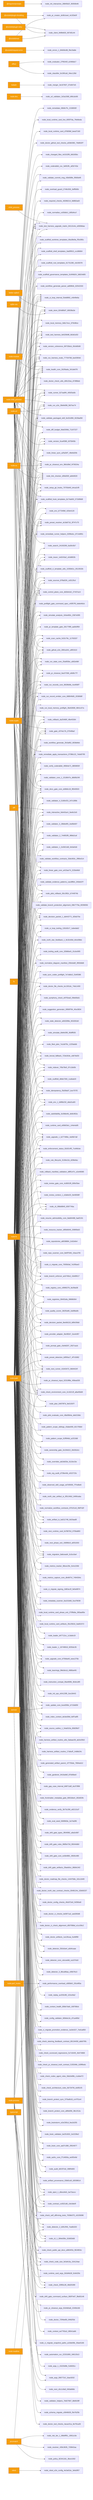
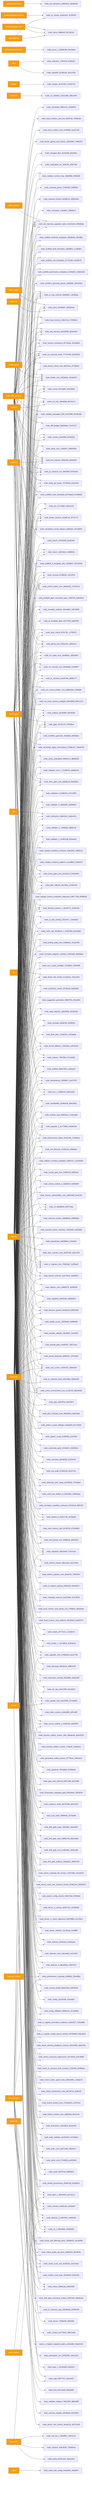
graph LR
  ext_inquirer_prompts_4d547149["@inquirer/prompts"] --> node_init_interactive_28845b2f_39350b46
  ext_octokit_plugin_retry_c9aecc53["@octokit/plugin-retry"] --> node_client_948fe603_907d5144
  ext_octokit_plugin_throttling_7909ece3["@octokit/plugin-throttling"] --> node_client_948fe603_907d5144
  ext_octokit_plugin_throttling_7909ece3["@octokit/plugin-throttling"] --> node_pr_creator_dc6b1ea4_4c333e0f
  ext_octokit_request_error_98ae13cc["@octokit/request-error"] --> node_errors_1_84b56c88_f9e19a8e
  ext_octokit_rest_c6e4d192["@octokit/rest"] --> node_client_948fe603_907d5144
  ext_octokit_rest_c6e4d192["@octokit/rest"] --> node_pr_creator_dc6b1ea4_4c333e0f
  ext_better_sqlite3_d7ed8f1a["better-sqlite3"] --> node_store_824d80d7_69038a3e
  ext_child_process_4845fa97["child_process"] --> node_test_harness_upgrade_matrix_84113c4e_e0838daa
  ext_diff_75a0ee1b["diff"] --> node_interactive_0eb42ac4_3ee6c3c6
  ext_effect_68d1dae1["effect"] --> node_classifier_fe1991a9_34ec128d
  ext_effect_68d1dae1["effect"] --> node_evaluator_27f6343f_e2466dc7
  ext_fs_3f4bb586["fs"] --> node_doctor_file_checks_bc1301dc_74dc1400
  ext_lodash_901466a5["lodash"] --> node_merger_3e167607_07e847e5
  ext_node_child_process_f62b7d19["node:child_process"] --> node_branch_enforcer_acb749cd_10e89517
  ext_node_child_process_f62b7d19["node:child_process"] --> node_changed_files_4c0102f6_bfd165bc
  ext_node_child_process_f62b7d19["node:child_process"] --> node_check_environment_core_2c16213f_a8a456d9
  ext_node_child_process_f62b7d19["node:child_process"] --> node_ci_migrate_core_7005b5af_7e295ae3
  ext_node_child_process_f62b7d19["node:child_process"] --> node_control_plane_core_db3b4cb2_27437a14
  ext_node_child_process_f62b7d19["node:child_process"] --> node_diff_budget_9da0268d_71167227
  ext_node_child_process_f62b7d19["node:child_process"] --> node_docs_gate_core_eb9b6c18_f8540503
  ext_node_child_process_f62b7d19["node:child_process"] --> node_doctor_check_utils_d0fc22ea_d74f86eb
  ext_node_child_process_f62b7d19["node:child_process"] --> node_doctor_github_tool_checks_a53b0382_76d832f7
  ext_node_child_process_f62b7d19["node:child_process"] --> node_github_e2e_2891a341_af6f1610
  ext_node_child_process_f62b7d19["node:child_process"] --> node_health_core_2b2fdada_341de678
  ext_node_child_process_f62b7d19["node:child_process"] --> node_linear_gate_core_a415ae74_222bd4b9
  ext_node_child_process_f62b7d19["node:child_process"] --> node_link_checker_d0fa555f_abfe9020
  ext_node_child_process_f62b7d19["node:child_process"] --> node_local_memory_0db17ecc_97fe98ce
  ext_node_child_process_f62b7d19["node:child_process"] --> node_local_runtime_card_d7fd59bf_beed7160
  ext_node_child_process_f62b7d19["node:child_process"] --> node_local_runtime_card_live_65f2f7da_7feb6eda
  ext_node_child_process_f62b7d19["node:child_process"] --> node_next_runner_41643472_9b94424f
  ext_node_child_process_f62b7d19["node:child_process"] --> node_pr_closeout_0ac07306_e8d9c77f
  ext_node_child_process_f62b7d19["node:child_process"] --> node_pr_closeout_env_9bfcd9ef_f476024a
  ext_node_child_process_f62b7d19["node:child_process"] --> node_remediate_06b9c7fc_2158505f
  ext_node_child_process_f62b7d19["node:child_process"] --> node_run_e2e_39efe696_fb07ee74
  ext_node_child_process_f62b7d19["node:child_process"] --> node_run_harness_evals_77704768_ba42904d
  ext_node_child_process_f62b7d19["node:child_process"] --> node_runner_527aa9f4_40925a5b
  ext_node_child_process_f62b7d19["node:child_process"] --> node_scaffold_hook_templates_8c74ab50_572d99d9
  ext_node_child_process_f62b7d19["node:child_process"] --> node_search_24193290_6a30c5b7
  ext_node_child_process_f62b7d19["node:child_process"] --> node_setup_git_hooks_70750d40_b4ca2cf9
  ext_node_child_process_f62b7d19["node:child_process"] --> node_test_harness_6e520b98_6b3d1d32
  ext_node_child_process_f62b7d19["node:child_process"] --> node_test_harness_upgrade_matrix_84113c4e_e0838daa
  ext_node_child_process_f62b7d19["node:child_process"] --> node_ui_loop_internal_f2eb8892_c4b49e6a
  ext_node_child_process_f62b7d19["node:child_process"] --> node_validate_commit_msg_43b008fe_f9560ef9
  ext_node_child_process_f62b7d19["node:child_process"] --> node_validate_packaged_skill_5e32c890_9228ad58
  ext_node_child_process_f62b7d19["node:child_process"] --> node_version_coherence_69733bcb_00c8d5d9
  ext_node_crypto_c7dfc512["node:crypto"] --> node_artifact_io_ba511748_6d1faad8
  ext_node_crypto_c7dfc512["node:crypto"] --> node_check_environment_core_2c16213f_a8a456d9
  ext_node_crypto_c7dfc512["node:crypto"] --> node_ci_migrate_signing_2d82ac3f_9e5e8974
  ext_node_crypto_c7dfc512["node:crypto"] --> node_control_plane_core_db3b4cb2_27437a14
  ext_node_crypto_c7dfc512["node:crypto"] --> node_decision_packet_1_dd443771_92fa570e
  ext_node_crypto_c7dfc512["node:crypto"] --> node_decision_packet_8ee9d119_b89c59dd
  ext_node_crypto_c7dfc512["node:crypto"] --> node_docs_gate_core_eb9b6c18_f8540503
  ext_node_crypto_c7dfc512["node:crypto"] --> node_enforcement_status_92d314f5_7cd48cbe
  ext_node_crypto_c7dfc512["node:crypto"] --> node_env_b77349bf_420e4120
  ext_node_crypto_c7dfc512["node:crypto"] --> node_gate_c974e17b_07549baf
  ext_node_crypto_c7dfc512["node:crypto"] --> node_idempotency_f5d39a07_bce757f2
  ext_node_crypto_c7dfc512["node:crypto"] --> node_indexer_70fa78e5_97c1bb0b
  ext_node_crypto_c7dfc512["node:crypto"] --> node_lexical_fallback_723e2b3e_cdb7bd33
  ext_node_crypto_c7dfc512["node:crypto"] --> node_linear_sync_a2fa2bf7_48e6d20b
  ext_node_crypto_c7dfc512["node:crypto"] --> node_link_checker_d0fa555f_abfe9020
  ext_node_crypto_c7dfc512["node:crypto"] --> node_migration_8a6cead4_3c3cc0a4
  ext_node_crypto_c7dfc512["node:crypto"] --> node_normalise_cc83ddc1_b95d4ccf
  ext_node_crypto_c7dfc512["node:crypto"] --> node_normalize_diagram_manifest_259cbddf_3f92b8d6
  ext_node_crypto_c7dfc512["node:crypto"] --> node_north_star_feedback_1_9c32c60d_b0cd38dc
  ext_node_crypto_c7dfc512["node:crypto"] --> node_pilot_rollback_00c1f82c_b744974b
  ext_node_crypto_c7dfc512["node:crypto"] --> node_preset_resolver_dc3dd716_3f747c75
  ext_node_crypto_c7dfc512["node:crypto"] --> node_remediate_apply_transactions_0738b122_7ebd0795
  ext_node_crypto_c7dfc512["node:crypto"] --> node_required_checks_46396214_9d882ad3
  ext_node_crypto_c7dfc512["node:crypto"] --> node_rollback_da25480f_48e45364
  ext_node_crypto_c7dfc512["node:crypto"] --> node_run_record_emitter_core_688049d5_2036fd6f
  ext_node_crypto_c7dfc512["node:crypto"] --> node_run_records_core_89286dfa_4ce958f7
  ext_node_crypto_c7dfc512["node:crypto"] --> node_run_state_core_25a955bc_a562e9bf
  ext_node_crypto_c7dfc512["node:crypto"] --> node_scan_cache_fc02c79c_11793337
  ext_node_crypto_c7dfc512["node:crypto"] --> node_simulate_analysis_164a460c_2367e095
  ext_node_crypto_c7dfc512["node:crypto"] --> node_sources_878a52fc_cd312fcd
  ext_node_crypto_c7dfc512["node:crypto"] --> node_test_harness_upgrade_matrix_84113c4e_e0838daa
  ext_node_crypto_c7dfc512["node:crypto"] --> node_tracer_1e6243a2_cb3d802b
  ext_node_crypto_c7dfc512["node:crypto"] --> node_ui_loop_internal_f2eb8892_c4b49e6a
  ext_node_crypto_c7dfc512["node:crypto"] --> node_upgrade_1_b277486e_4a06b7a8
  ext_node_dns_828a0bbf["node:dns"] --> node_url_validator_3c5a1568_b9b1dc66
  ext_node_fs_a15b7d96["node:fs"] --> node_artifact_io_ba511748_6d1faad8
  ext_node_fs_a15b7d96["node:fs"] --> node_artifact_provenance_03b81cbf_d3038614
  ext_node_fs_a15b7d96["node:fs"] --> node_audit_b81f37a0_398f4d93
  ext_node_fs_a15b7d96["node:fs"] --> node_authz_core_f714650a_ee0f2e9d
  ext_node_fs_a15b7d96["node:fs"] --> node_brain_core_aa07c380_2f924977
  ext_node_fs_a15b7d96["node:fs"] --> node_brain_validator_be251832_2e2228e2
  ext_node_fs_a15b7d96["node:fs"] --> node_brainstorm_e2e2381d_fea1b255
  ext_node_fs_a15b7d96["node:fs"] --> node_branch_enforcer_acb749cd_10e89517
  ext_node_fs_a15b7d96["node:fs"] --> node_branch_protect_core_a8feb0fd_38c1f12a
  ext_node_fs_a15b7d96["node:fs"] --> node_branch_protect_sync_570adb18_cc4751e4
  ext_node_fs_a15b7d96["node:fs"] --> node_check_20f65c28_48d25399
  ext_node_fs_a15b7d96["node:fs"] --> node_check_architecture_rules_6b7347fd_dc8f2cf3
  ext_node_fs_a15b7d96["node:fs"] --> node_check_code_size_9c5efc3a_154124ae
  ext_node_fs_a15b7d96["node:fs"] --> node_check_codex_agent_roles_5bb2e89b_c1a9a472
  ext_node_fs_a15b7d96["node:fs"] --> node_check_environment_core_2c16213f_a8a456d9
  ext_node_fs_a15b7d96["node:fs"] --> node_check_pr_closeout_truth_contract_f135348c_b39f6edc
  ext_node_fs_a15b7d96["node:fs"] --> node_check_public_api_docs_a9604f1b_f824853c
  ext_node_fs_a15b7d96["node:fs"] --> node_check_scorecard_regressions_5c7c6445_4b474868
  ext_node_fs_a15b7d96["node:fs"] --> node_check_self_affirming_tests_7638e575_c6155698
  ext_node_fs_a15b7d96["node:fs"] --> node_check_steering_feedback_contract_80134459_abb076fc
  ext_node_fs_a15b7d96["node:fs"] --> node_ci_migrate_core_7005b5af_7e295ae3
+   ext_node_fs_a15b7d96["node:fs"] --> node_ci_migrate_merge_queue_window_0070bd6d_03bcdaa9
  ext_node_fs_a15b7d96["node:fs"] --> node_ci_migrate_promotion_evidence_1a2dc527_7ed1a850
  ext_node_fs_a15b7d96["node:fs"] --> node_cli_1_084e05fe_02d92b68
  ext_node_fs_a15b7d96["node:fs"] --> node_cli_99bb8840_659774ba
  ext_node_fs_a15b7d96["node:fs"] --> node_config_validator_669ebc2e_d7ca485d
  ext_node_fs_a15b7d96["node:fs"] --> node_context_health_80bb7da9_169768cb
  ext_node_fs_a15b7d96["node:fs"] --> node_contract_cc8321d6_c0e3de0f
  ext_node_fs_a15b7d96["node:fs"] --> node_control_plane_core_db3b4cb2_27437a14
  ext_node_fs_a15b7d96["node:fs"] --> node_decision_packet_1_dd443771_92fa570e
  ext_node_fs_a15b7d96["node:fs"] --> node_decision_packet_8ee9d119_b89c59dd
  ext_node_fs_a15b7d96["node:fs"] --> node_detector_2_b0fc2f46_7ea6b320
  ext_node_fs_a15b7d96["node:fs"] --> node_detector_3_86ca96aa_c95676c3
  ext_node_fs_a15b7d96["node:fs"] --> node_detector_core_cdccee8d_ca107dc8
  ext_node_fs_a15b7d96["node:fs"] --> node_detector_f2b3cbe4_a0d4caae
  ext_node_fs_a15b7d96["node:fs"] --> node_diff_budget_9da0268d_71167227
  ext_node_fs_a15b7d96["node:fs"] --> node_docs_gate_core_eb9b6c18_f8540503
  ext_node_fs_a15b7d96["node:fs"] --> node_doctor_artifacts_1a126caa_fcefdf99
  ext_node_fs_a15b7d96["node:fs"] --> node_doctor_check_utils_d0fc22ea_d74f86eb
  ext_node_fs_a15b7d96["node:fs"] --> node_doctor_ci_check_alignment_d50768bd_e1cc59c2
  ext_node_fs_a15b7d96["node:fs"] --> node_doctor_ci_checks_bd3971a2_aed260d6
  ext_node_fs_a15b7d96["node:fs"] --> node_doctor_config_checks_49c872e0_f42fb5e8
  ext_node_fs_a15b7d96["node:fs"] --> node_doctor_file_checks_bc1301dc_74dc1400
  ext_node_fs_a15b7d96["node:fs"] --> node_doctor_north_star_contract_checks_0048124c_02b00237
  ext_node_fs_a15b7d96["node:fs"] --> node_doctor_roadmap_file_checks_14447b8e_2d1c2d49
  ext_node_fs_a15b7d96["node:fs"] --> node_drift_gate_artifacts_29aeb0cc_86b9c342
  ext_node_fs_a15b7d96["node:fs"] --> node_drift_gate_core_ec6b4881_9500c485
  ext_node_fs_a15b7d96["node:fs"] --> node_drift_gate_rules_9685e72d_95044db0
  ext_node_fs_a15b7d96["node:fs"] --> node_drift_gate_types_3f045f82_a9a3c987
  ext_node_fs_a15b7d96["node:fs"] --> node_eject_1_d0ecd4d1_ba72accc
  ext_node_fs_a15b7d96["node:fs"] --> node_enforcement_status_92d314f5_7cd48cbe
  ext_node_fs_a15b7d96["node:fs"] --> node_env_1_b6f6b232_dda31a93
  ext_node_fs_a15b7d96["node:fs"] --> node_env_b77349bf_420e4120
  ext_node_fs_a15b7d96["node:fs"] --> node_eval_seed_5699fd3e_2a74a5f6
  ext_node_fs_a15b7d96["node:fs"] --> node_evidence_verify_3b73c290_e82131d7
  ext_node_fs_a15b7d96["node:fs"] --> node_fleet_plan_7a1dd79c_1225abdb
  ext_node_fs_a15b7d96["node:fs"] --> node_frontmatter_metadata_gate_6901bbe4_282d02fe
  ext_node_fs_a15b7d96["node:fs"] --> node_gap_case_internal_b9871ddf_dcd73f98
  ext_node_fs_a15b7d96["node:fs"] --> node_gardener_9416a9df_87b06be0
  ext_node_fs_a15b7d96["node:fs"] --> node_gate_c974e17b_07549baf
  ext_node_fs_a15b7d96["node:fs"] --> node_generated_artifact_parent_1f7755de_7894ed12
  ext_node_fs_a15b7d96["node:fs"] --> node_github_e2e_2891a341_af6f1610
  ext_node_fs_a15b7d96["node:fs"] --> node_harness_artifact_routine_17afacff_14dbb24c
  ext_node_fs_a15b7d96["node:fs"] --> node_harness_artifact_routine_utils_5abaac59_ab2e20b3
  ext_node_fs_a15b7d96["node:fs"] --> node_health_core_2b2fdada_341de678
  ext_node_fs_a15b7d96["node:fs"] --> node_idempotency_f5d39a07_bce757f2
  ext_node_fs_a15b7d96["node:fs"] --> node_index_context_de3ed39d_6df7adf5
  ext_node_fs_a15b7d96["node:fs"] --> node_indexer_70fa78e5_97c1bb0b
  ext_node_fs_a15b7d96["node:fs"] --> node_init_ops_e54123f9_3ce18443
  ext_node_fs_a15b7d96["node:fs"] --> node_instruction_compat_06a469fd_3b3e1df0
  ext_node_fs_a15b7d96["node:fs"] --> node_interactive_0eb42ac4_3ee6c3c6
  ext_node_fs_a15b7d96["node:fs"] --> node_learnings_9feb3e1d_4980a445
  ext_node_fs_a15b7d96["node:fs"] --> node_lexical_fallback_723e2b3e_cdb7bd33
  ext_node_fs_a15b7d96["node:fs"] --> node_linear_gate_core_a415ae74_222bd4b9
  ext_node_fs_a15b7d96["node:fs"] --> node_linear_sync_a2fa2bf7_48e6d20b
  ext_node_fs_a15b7d96["node:fs"] --> node_link_checker_d0fa555f_abfe9020
  ext_node_fs_a15b7d96["node:fs"] --> node_loader_1_16749818_9255dc35
  ext_node_fs_a15b7d96["node:fs"] --> node_loader_d47712cc_1c3a0e19
  ext_node_fs_a15b7d96["node:fs"] --> node_local_memory_0db17ecc_97fe98ce
  ext_node_fs_a15b7d96["node:fs"] --> node_local_runtime_card_artifacts_35c25816_0ad02372
  ext_node_fs_a15b7d96["node:fs"] --> node_local_runtime_card_phase_exit_275ffa9a_383aa95e
  ext_node_fs_a15b7d96["node:fs"] --> node_metadata_scanner_6a101b66_5ca79039
  ext_node_fs_a15b7d96["node:fs"] --> node_metrics_capture_core_db4bf7cf_7494304c
  ext_node_fs_a15b7d96["node:fs"] --> node_metrics_tracker_98cec29c_9c4c2266
  ext_node_fs_a15b7d96["node:fs"] --> node_migration_8a6cead4_3c3cc0a4
  ext_node_fs_a15b7d96["node:fs"] --> node_next_phase_exit_1fd996c9_a5f31003
  ext_node_fs_a15b7d96["node:fs"] --> node_next_runner_41643472_9b94424f
  ext_node_fs_a15b7d96["node:fs"] --> node_next_runtime_card_fa7867b3_0756a883
  ext_node_fs_a15b7d96["node:fs"] --> node_normalize_diagram_manifest_259cbddf_3f92b8d6
  ext_node_fs_a15b7d96["node:fs"] --> node_normalize_workflow_contracts_8701f1c8_0fdf7d2f
  ext_node_fs_a15b7d96["node:fs"] --> node_north_star_artifact_io_9f2c34b2_6490caba
  ext_node_fs_a15b7d96["node:fs"] --> node_north_star_feedback_1_9c32c60d_b0cd38dc
  ext_node_fs_a15b7d96["node:fs"] --> node_observed_skill_usage_ed7d5930_7f7edbe6
  ext_node_fs_a15b7d96["node:fs"] --> node_org_audit_d739e44b_e522723c
  ext_node_fs_a15b7d96["node:fs"] --> node_overrides_ab2dd33e_6115e15e
  ext_node_fs_a15b7d96["node:fs"] --> node_ownership_gate_2e194d13_2b02b2e1
  ext_node_fs_a15b7d96["node:fs"] --> node_pattern_scope_61ff946d_a1f21fd8
  ext_node_fs_a15b7d96["node:fs"] --> node_pattern_scope_siblings_43abe000_821756b0
  ext_node_fs_a15b7d96["node:fs"] --> node_pilot_evaluate_core_48a59b4a_deb218dc
  ext_node_fs_a15b7d96["node:fs"] --> node_pilot_rollback_00c1f82c_b744974b
  ext_node_fs_a15b7d96["node:fs"] --> node_plan_64879f7d_9e01597f
  ext_node_fs_a15b7d96["node:fs"] --> node_pr_closeout_0ac07306_e8d9c77f
  ext_node_fs_a15b7d96["node:fs"] --> node_pr_closeout_env_9bfcd9ef_f476024a
  ext_node_fs_a15b7d96["node:fs"] --> node_pr_closeout_input_02319f8e_456ea535
  ext_node_fs_a15b7d96["node:fs"] --> node_pr_template_gate_281778f9_aa0b3f59
  ext_node_fs_a15b7d96["node:fs"] --> node_preflight_gate_command_spec_c45f57f0_bdeb46cb
  ext_node_fs_a15b7d96["node:fs"] --> node_preset_detection_b0f00a17_4f7c5082
  ext_node_fs_a15b7d96["node:fs"] --> node_preset_resolver_dc3dd716_3f747c75
  ext_node_fs_a15b7d96["node:fs"] --> node_prompt_gate_c5e9d207_2927cacb
  ext_node_fs_a15b7d96["node:fs"] --> node_provider_adapter_3bcf82b7_3ce4cf67
  ext_node_fs_a15b7d96["node:fs"] --> node_quality_scorer_362f2a90_2a086a0b
  ext_node_fs_a15b7d96["node:fs"] --> node_registries_06402afa_0868b564
  ext_node_fs_a15b7d96["node:fs"] --> node_registry_core_c9990279_3e2fda38
  ext_node_fs_a15b7d96["node:fs"] --> node_remediate_apply_transactions_0738b122_7ebd0795
  ext_node_fs_a15b7d96["node:fs"] --> node_remediate_runner_helpers_929fedcc_8714d951
  ext_node_fs_a15b7d96["node:fs"] --> node_repo_scanner_core_8e9f7646_10aca705
  ext_node_fs_a15b7d96["node:fs"] --> node_repositories_a8038884_2c62efe4
+   ext_node_fs_a15b7d96["node:fs"] --> node_required_check_manifest_744e3936_5a20f8d5
  ext_node_fs_a15b7d96["node:fs"] --> node_resource_tracker_d95b6649_20895bd3
  ext_node_fs_a15b7d96["node:fs"] --> node_resume_admissibility_core_8ab84488_faaf2191
  ext_node_fs_a15b7d96["node:fs"] --> node_review_context_1_e3afed15_9e46568f
  ext_node_fs_a15b7d96["node:fs"] --> node_review_gate_core_4c8001f9_809cf3ee
  ext_node_fs_a15b7d96["node:fs"] --> node_rollback_da25480f_48e45364
  ext_node_fs_a15b7d96["node:fs"] --> node_rollback_manifest_validation_d8f5147c_e2e46585
  ext_node_fs_a15b7d96["node:fs"] --> node_rule_lifecycle_3130e11b_d296efac
  ext_node_fs_a15b7d96["node:fs"] --> node_run_e2e_39efe696_fb07ee74
  ext_node_fs_a15b7d96["node:fs"] --> node_run_harness_evals_77704768_ba42904d
  ext_node_fs_a15b7d96["node:fs"] --> node_run_record_emitter_core_688049d5_2036fd6f
  ext_node_fs_a15b7d96["node:fs"] --> node_run_records_core_89286dfa_4ce958f7
  ext_node_fs_a15b7d96["node:fs"] --> node_run_state_core_25a955bc_a562e9bf
  ext_node_fs_a15b7d96["node:fs"] --> node_runner_527aa9f4_40925a5b
  ext_node_fs_a15b7d96["node:fs"] --> node_runtime_card_e06b53e1_144e4a95
  ext_node_fs_a15b7d96["node:fs"] --> node_satisfiability_6c08de4b_de8c902a
  ext_node_fs_a15b7d96["node:fs"] --> node_scaffold_ci_template_utils_1035b61c_0513532b
  ext_node_fs_a15b7d96["node:fs"] --> node_scaffold_db8a7260_1ca6adc9
  ext_node_fs_a15b7d96["node:fs"] --> node_scaffold_governance_templates_5c949d24_3d624d65
  ext_node_fs_a15b7d96["node:fs"] --> node_scaffold_hook_templates_8c74ab50_572d99d9
  ext_node_fs_a15b7d96["node:fs"] --> node_scaffold_root_templates_61731280_c6c59378
  ext_node_fs_a15b7d96["node:fs"] --> node_scaffold_shell_templates_0ad0f915_ccc86664
  ext_node_fs_a15b7d96["node:fs"] --> node_scaffold_worktree_templates_66a38e9a_ff3c085c
  ext_node_fs_a15b7d96["node:fs"] --> node_scan_cache_fc02c79c_11793337
  ext_node_fs_a15b7d96["node:fs"] --> node_setup_git_hooks_70750d40_b4ca2cf9
  ext_node_fs_a15b7d96["node:fs"] --> node_simulate_analysis_164a460c_2367e095
  ext_node_fs_a15b7d96["node:fs"] --> node_simulate_b9efe395_90dff935
  ext_node_fs_a15b7d96["node:fs"] --> node_source_outline_1_54a631fa_8582fb07
  ext_node_fs_a15b7d96["node:fs"] --> node_sources_878a52fc_cd312fcd
  ext_node_fs_a15b7d96["node:fs"] --> node_stale_detector_a563289e_653281b0
  ext_node_fs_a15b7d96["node:fs"] --> node_store_824d80d7_69038a3e
  ext_node_fs_a15b7d96["node:fs"] --> node_suggestion_generator_0956f794_4fce3834
  ext_node_fs_a15b7d96["node:fs"] --> node_symphony_check_e97f2ea0_09eb5bd1
  ext_node_fs_a15b7d96["node:fs"] --> node_sync_codex_preflight_7e7a8dc2_f2ef0386
  ext_node_fs_a15b7d96["node:fs"] --> node_test_harness_6e520b98_6b3d1d32
  ext_node_fs_a15b7d96["node:fs"] --> node_test_harness_upgrade_matrix_84113c4e_e0838daa
  ext_node_fs_a15b7d96["node:fs"] --> node_tooling_audit_core_328d6a41_01cbc905
  ext_node_fs_a15b7d96["node:fs"] --> node_tracer_1e6243a2_cb3d802b
  ext_node_fs_a15b7d96["node:fs"] --> node_ui_loop_internal_f2eb8892_c4b49e6a
  ext_node_fs_a15b7d96["node:fs"] --> node_ui_loop_tooling_12b2d2c7_1abedab2
  ext_node_fs_a15b7d96["node:fs"] --> node_update_core_bced358c_b710dd59
  ext_node_fs_a15b7d96["node:fs"] --> node_upgrade_1_b277486e_4a06b7a8
  ext_node_fs_a15b7d96["node:fs"] --> node_upgrade_core_b759da40_eeec275b
  ext_node_fs_a15b7d96["node:fs"] --> node_validate_branch_protection_alignment_09b7779a_6f299056
  ext_node_fs_a15b7d96["node:fs"] --> node_validate_commit_msg_43b008fe_f9560ef9
  ext_node_fs_a15b7d96["node:fs"] --> node_validate_evidence_patterns_cacd9fb4_240eb37f
  ext_node_fs_a15b7d96["node:fs"] --> node_validate_packaged_skill_5e32c890_9228ad58
  ext_node_fs_a15b7d96["node:fs"] --> node_validate_workflow_contracts_33dc063c_2f80e314
  ext_node_fs_a15b7d96["node:fs"] --> node_validator_1_0c0621d8_0e5afcb6
  ext_node_fs_a15b7d96["node:fs"] --> node_validator_2_744853f5_98bb2caf
  ext_node_fs_a15b7d96["node:fs"] --> node_validator_3_28b6e9f3_2ed5b007
  ext_node_fs_a15b7d96["node:fs"] --> node_validator_4_5180cf23_247c289b
  ext_node_fs_a15b7d96["node:fs"] --> node_validator_core_1_1518647e_d8d0b249
  ext_node_fs_a15b7d96["node:fs"] --> node_verify_coderabbit_490b4e71_8859655f
  ext_node_fs_a15b7d96["node:fs"] --> node_version_5ca4f385_fd75945b
  ext_node_fs_a15b7d96["node:fs"] --> node_version_coherence_69733bcb_00c8d5d9
  ext_node_fs_a15b7d96["node:fs"] --> node_workflow_generate_2fc0af62_803bbfeb
  ext_node_fs_a15b7d96["node:fs"] --> node_workflow_generate_parser_ad69fefe_62542333
  ext_node_module_ca1b42af["node:module"] --> node_health_core_2b2fdada_341de678
  ext_node_os_d93fe73a["node:os"] --> node_env_1_b6f6b232_dda31a93
  ext_node_os_d93fe73a["node:os"] --> node_github_e2e_2891a341_af6f1610
  ext_node_os_d93fe73a["node:os"] --> node_link_checker_d0fa555f_abfe9020
  ext_node_os_d93fe73a["node:os"] --> node_overload_guard_2748c559_3eff560b
  ext_node_os_d93fe73a["node:os"] --> node_performance_overload_c685bfcf_291ef65a
  ext_node_os_d93fe73a["node:os"] --> node_pr_closeout_env_9bfcd9ef_f476024a
  ext_node_os_d93fe73a["node:os"] --> node_runner_527aa9f4_40925a5b
  ext_node_os_d93fe73a["node:os"] --> node_test_harness_6e520b98_6b3d1d32
  ext_node_os_d93fe73a["node:os"] --> node_test_harness_upgrade_matrix_84113c4e_e0838daa
  ext_node_path_78811c13["node:path"] --> node_args_090772cf_1bac9202
  ext_node_path_78811c13["node:path"] --> node_args_1_15220d9b_f1d9281c
  ext_node_path_78811c13["node:path"] --> node_artifact_io_ba511748_6d1faad8
  ext_node_path_78811c13["node:path"] --> node_artifact_provenance_03b81cbf_d3038614
  ext_node_path_78811c13["node:path"] --> node_audit_b81f37a0_398f4d93
  ext_node_path_78811c13["node:path"] --> node_authz_core_f714650a_ee0f2e9d
  ext_node_path_78811c13["node:path"] --> node_automation_run_22331800_346133c3
  ext_node_path_78811c13["node:path"] --> node_brain_core_aa07c380_2f924977
  ext_node_path_78811c13["node:path"] --> node_brain_validator_be251832_2e2228e2
  ext_node_path_78811c13["node:path"] --> node_brainstorm_e2e2381d_fea1b255
  ext_node_path_78811c13["node:path"] --> node_branch_enforcer_acb749cd_10e89517
  ext_node_path_78811c13["node:path"] --> node_branch_protect_core_a8feb0fd_38c1f12a
  ext_node_path_78811c13["node:path"] --> node_branch_protect_sync_570adb18_cc4751e4
  ext_node_path_78811c13["node:path"] --> node_check_20f65c28_48d25399
  ext_node_path_78811c13["node:path"] --> node_check_architecture_rules_6b7347fd_dc8f2cf3
  ext_node_path_78811c13["node:path"] --> node_check_code_size_9c5efc3a_154124ae
  ext_node_path_78811c13["node:path"] --> node_check_codex_agent_roles_5bb2e89b_c1a9a472
  ext_node_path_78811c13["node:path"] --> node_check_environment_core_2c16213f_a8a456d9
  ext_node_path_78811c13["node:path"] --> node_check_pr_closeout_truth_contract_f135348c_b39f6edc
  ext_node_path_78811c13["node:path"] --> node_check_public_api_docs_a9604f1b_f824853c
  ext_node_path_78811c13["node:path"] --> node_check_scorecard_regressions_5c7c6445_4b474868
  ext_node_path_78811c13["node:path"] --> node_check_self_affirming_tests_7638e575_c6155698
  ext_node_path_78811c13["node:path"] --> node_check_steering_feedback_contract_80134459_abb076fc
  ext_node_path_78811c13["node:path"] --> node_ci_migrate_core_7005b5af_7e295ae3
+   ext_node_path_78811c13["node:path"] --> node_ci_migrate_merge_queue_window_0070bd6d_03bcdaa9
  ext_node_path_78811c13["node:path"] --> node_ci_migrate_promotion_evidence_1a2dc527_7ed1a850
  ext_node_path_78811c13["node:path"] --> node_ci_migrate_snapshot_paths_a10de06b_30ae5166
  ext_node_path_78811c13["node:path"] --> node_cli_1_084e05fe_02d92b68
  ext_node_path_78811c13["node:path"] --> node_cli_99bb8840_659774ba
  ext_node_path_78811c13["node:path"] --> node_config_validator_669ebc2e_d7ca485d
  ext_node_path_78811c13["node:path"] --> node_context_ea7792a2_08541ab6
  ext_node_path_78811c13["node:path"] --> node_context_health_80bb7da9_169768cb
  ext_node_path_78811c13["node:path"] --> node_contract_cc8321d6_c0e3de0f
  ext_node_path_78811c13["node:path"] --> node_control_plane_core_db3b4cb2_27437a14
  ext_node_path_78811c13["node:path"] --> node_decision_packet_1_dd443771_92fa570e
  ext_node_path_78811c13["node:path"] --> node_decision_packet_8ee9d119_b89c59dd
  ext_node_path_78811c13["node:path"] --> node_detector_2_b0fc2f46_7ea6b320
  ext_node_path_78811c13["node:path"] --> node_detector_3_86ca96aa_c95676c3
  ext_node_path_78811c13["node:path"] --> node_detector_core_cdccee8d_ca107dc8
  ext_node_path_78811c13["node:path"] --> node_detector_f2b3cbe4_a0d4caae
  ext_node_path_78811c13["node:path"] --> node_docs_gate_core_eb9b6c18_f8540503
  ext_node_path_78811c13["node:path"] --> node_doctor_72f4be89_04fd2f3d
  ext_node_path_78811c13["node:path"] --> node_doctor_artifacts_1a126caa_fcefdf99
  ext_node_path_78811c13["node:path"] --> node_doctor_ci_check_alignment_d50768bd_e1cc59c2
  ext_node_path_78811c13["node:path"] --> node_doctor_ci_checks_bd3971a2_aed260d6
  ext_node_path_78811c13["node:path"] --> node_doctor_config_checks_49c872e0_f42fb5e8
  ext_node_path_78811c13["node:path"] --> node_doctor_file_checks_bc1301dc_74dc1400
  ext_node_path_78811c13["node:path"] --> node_doctor_north_star_contract_checks_0048124c_02b00237
  ext_node_path_78811c13["node:path"] --> node_doctor_roadmap_file_checks_14447b8e_2d1c2d49
  ext_node_path_78811c13["node:path"] --> node_drift_gate_artifacts_29aeb0cc_86b9c342
  ext_node_path_78811c13["node:path"] --> node_drift_gate_command_surface_060f7e67_f8e83146
  ext_node_path_78811c13["node:path"] --> node_drift_gate_core_ec6b4881_9500c485
  ext_node_path_78811c13["node:path"] --> node_drift_gate_rules_9685e72d_95044db0
  ext_node_path_78811c13["node:path"] --> node_drift_gate_types_3f045f82_a9a3c987
  ext_node_path_78811c13["node:path"] --> node_eject_1_d0ecd4d1_ba72accc
  ext_node_path_78811c13["node:path"] --> node_enforcement_status_92d314f5_7cd48cbe
  ext_node_path_78811c13["node:path"] --> node_env_1_b6f6b232_dda31a93
  ext_node_path_78811c13["node:path"] --> node_eval_seed_5699fd3e_2a74a5f6
  ext_node_path_78811c13["node:path"] --> node_evidence_verify_3b73c290_e82131d7
  ext_node_path_78811c13["node:path"] --> node_frontmatter_metadata_gate_6901bbe4_282d02fe
  ext_node_path_78811c13["node:path"] --> node_gap_case_internal_b9871ddf_dcd73f98
  ext_node_path_78811c13["node:path"] --> node_gardener_9416a9df_87b06be0
  ext_node_path_78811c13["node:path"] --> node_gate_c974e17b_07549baf
  ext_node_path_78811c13["node:path"] --> node_generated_artifact_parent_1f7755de_7894ed12
  ext_node_path_78811c13["node:path"] --> node_github_e2e_2891a341_af6f1610
  ext_node_path_78811c13["node:path"] --> node_harness_artifact_routine_17afacff_14dbb24c
  ext_node_path_78811c13["node:path"] --> node_harness_artifact_routine_utils_5abaac59_ab2e20b3
  ext_node_path_78811c13["node:path"] --> node_health_core_2b2fdada_341de678
  ext_node_path_78811c13["node:path"] --> node_idempotency_f5d39a07_bce757f2
  ext_node_path_78811c13["node:path"] --> node_index_context_de3ed39d_6df7adf5
  ext_node_path_78811c13["node:path"] --> node_indexer_70fa78e5_97c1bb0b
  ext_node_path_78811c13["node:path"] --> node_init_ops_e54123f9_3ce18443
  ext_node_path_78811c13["node:path"] --> node_instruction_compat_06a469fd_3b3e1df0
  ext_node_path_78811c13["node:path"] --> node_interactive_0eb42ac4_3ee6c3c6
  ext_node_path_78811c13["node:path"] --> node_learnings_9feb3e1d_4980a445
  ext_node_path_78811c13["node:path"] --> node_lexical_fallback_723e2b3e_cdb7bd33
  ext_node_path_78811c13["node:path"] --> node_linear_gate_core_a415ae74_222bd4b9
  ext_node_path_78811c13["node:path"] --> node_link_checker_d0fa555f_abfe9020
  ext_node_path_78811c13["node:path"] --> node_loader_1_16749818_9255dc35
  ext_node_path_78811c13["node:path"] --> node_loader_d47712cc_1c3a0e19
  ext_node_path_78811c13["node:path"] --> node_local_runtime_card_artifacts_35c25816_0ad02372
  ext_node_path_78811c13["node:path"] --> node_local_runtime_card_phase_exit_275ffa9a_383aa95e
  ext_node_path_78811c13["node:path"] --> node_metadata_scanner_6a101b66_5ca79039
  ext_node_path_78811c13["node:path"] --> node_metrics_capture_core_db4bf7cf_7494304c
  ext_node_path_78811c13["node:path"] --> node_metrics_tracker_98cec29c_9c4c2266
  ext_node_path_78811c13["node:path"] --> node_migration_8a6cead4_3c3cc0a4
  ext_node_path_78811c13["node:path"] --> node_next_phase_exit_1fd996c9_a5f31003
  ext_node_path_78811c13["node:path"] --> node_next_runner_41643472_9b94424f
  ext_node_path_78811c13["node:path"] --> node_next_runtime_card_fa7867b3_0756a883
  ext_node_path_78811c13["node:path"] --> node_normalize_diagram_manifest_259cbddf_3f92b8d6
  ext_node_path_78811c13["node:path"] --> node_normalize_workflow_contracts_8701f1c8_0fdf7d2f
  ext_node_path_78811c13["node:path"] --> node_north_star_artifact_io_9f2c34b2_6490caba
  ext_node_path_78811c13["node:path"] --> node_north_star_feedback_1_9c32c60d_b0cd38dc
  ext_node_path_78811c13["node:path"] --> node_observed_skill_usage_ed7d5930_7f7edbe6
  ext_node_path_78811c13["node:path"] --> node_org_audit_d739e44b_e522723c
  ext_node_path_78811c13["node:path"] --> node_overrides_ab2dd33e_6115e15e
  ext_node_path_78811c13["node:path"] --> node_ownership_gate_2e194d13_2b02b2e1
  ext_node_path_78811c13["node:path"] --> node_pattern_scope_61ff946d_a1f21fd8
  ext_node_path_78811c13["node:path"] --> node_pattern_scope_siblings_43abe000_821756b0
  ext_node_path_78811c13["node:path"] --> node_pilot_evaluate_core_48a59b4a_deb218dc
  ext_node_path_78811c13["node:path"] --> node_pilot_rollback_00c1f82c_b744974b
  ext_node_path_78811c13["node:path"] --> node_plan_64879f7d_9e01597f
  ext_node_path_78811c13["node:path"] --> node_pr_closeout_0ac07306_e8d9c77f
  ext_node_path_78811c13["node:path"] --> node_pr_closeout_args_8164b0a8_2240b166
  ext_node_path_78811c13["node:path"] --> node_pr_closeout_env_9bfcd9ef_f476024a
  ext_node_path_78811c13["node:path"] --> node_pr_closeout_input_02319f8e_456ea535
  ext_node_path_78811c13["node:path"] --> node_preset_detection_b0f00a17_4f7c5082
  ext_node_path_78811c13["node:path"] --> node_preset_resolver_dc3dd716_3f747c75
  ext_node_path_78811c13["node:path"] --> node_prompt_gate_c5e9d207_2927cacb
  ext_node_path_78811c13["node:path"] --> node_provider_adapter_3bcf82b7_3ce4cf67
  ext_node_path_78811c13["node:path"] --> node_quality_scorer_362f2a90_2a086a0b
  ext_node_path_78811c13["node:path"] --> node_registries_06402afa_0868b564
  ext_node_path_78811c13["node:path"] --> node_registry_core_c9990279_3e2fda38
  ext_node_path_78811c13["node:path"] --> node_remediate_apply_transactions_0738b122_7ebd0795
  ext_node_path_78811c13["node:path"] --> node_replay_ac203c98_115ce9a2
  ext_node_path_78811c13["node:path"] --> node_repo_scanner_core_8e9f7646_10aca705
  ext_node_path_78811c13["node:path"] --> node_repositories_a8038884_2c62efe4
+   ext_node_path_78811c13["node:path"] --> node_required_check_manifest_744e3936_5a20f8d5
  ext_node_path_78811c13["node:path"] --> node_resource_tracker_d95b6649_20895bd3
  ext_node_path_78811c13["node:path"] --> node_resume_admissibility_core_8ab84488_faaf2191
  ext_node_path_78811c13["node:path"] --> node_review_context_1_e3afed15_9e46568f
  ext_node_path_78811c13["node:path"] --> node_review_gate_core_4c8001f9_809cf3ee
  ext_node_path_78811c13["node:path"] --> node_rollback_da25480f_48e45364
  ext_node_path_78811c13["node:path"] --> node_rollback_manifest_validation_d8f5147c_e2e46585
  ext_node_path_78811c13["node:path"] --> node_rule_lifecycle_3130e11b_d296efac
  ext_node_path_78811c13["node:path"] --> node_run_e2e_39efe696_fb07ee74
  ext_node_path_78811c13["node:path"] --> node_run_harness_evals_77704768_ba42904d
  ext_node_path_78811c13["node:path"] --> node_run_local_memory_preflight_36e92808_9841c57a
  ext_node_path_78811c13["node:path"] --> node_run_record_emitter_core_688049d5_2036fd6f
  ext_node_path_78811c13["node:path"] --> node_run_records_core_89286dfa_4ce958f7
  ext_node_path_78811c13["node:path"] --> node_run_state_core_25a955bc_a562e9bf
  ext_node_path_78811c13["node:path"] --> node_runner_527aa9f4_40925a5b
  ext_node_path_78811c13["node:path"] --> node_runtime_card_args_2b3d4b28_5cfe029c
  ext_node_path_78811c13["node:path"] --> node_runtime_card_e06b53e1_144e4a95
  ext_node_path_78811c13["node:path"] --> node_satisfiability_6c08de4b_de8c902a
  ext_node_path_78811c13["node:path"] --> node_scaffold_ci_template_utils_1035b61c_0513532b
  ext_node_path_78811c13["node:path"] --> node_scaffold_db8a7260_1ca6adc9
  ext_node_path_78811c13["node:path"] --> node_scaffold_hook_templates_8c74ab50_572d99d9
  ext_node_path_78811c13["node:path"] --> node_scan_cache_fc02c79c_11793337
  ext_node_path_78811c13["node:path"] --> node_search_24193290_6a30c5b7
  ext_node_path_78811c13["node:path"] --> node_setup_git_hooks_70750d40_b4ca2cf9
  ext_node_path_78811c13["node:path"] --> node_simulate_analysis_164a460c_2367e095
  ext_node_path_78811c13["node:path"] --> node_simulate_b9efe395_90dff935
  ext_node_path_78811c13["node:path"] --> node_source_outline_1_54a631fa_8582fb07
  ext_node_path_78811c13["node:path"] --> node_sources_878a52fc_cd312fcd
  ext_node_path_78811c13["node:path"] --> node_stale_detector_a563289e_653281b0
  ext_node_path_78811c13["node:path"] --> node_store_824d80d7_69038a3e
  ext_node_path_78811c13["node:path"] --> node_suggestion_generator_0956f794_4fce3834
  ext_node_path_78811c13["node:path"] --> node_symphony_check_e97f2ea0_09eb5bd1
  ext_node_path_78811c13["node:path"] --> node_sync_codex_preflight_7e7a8dc2_f2ef0386
  ext_node_path_78811c13["node:path"] --> node_test_harness_6e520b98_6b3d1d32
  ext_node_path_78811c13["node:path"] --> node_test_harness_upgrade_matrix_84113c4e_e0838daa
  ext_node_path_78811c13["node:path"] --> node_tooling_audit_core_328d6a41_01cbc905
  ext_node_path_78811c13["node:path"] --> node_tracer_1e6243a2_cb3d802b
  ext_node_path_78811c13["node:path"] --> node_ui_loop_internal_f2eb8892_c4b49e6a
  ext_node_path_78811c13["node:path"] --> node_ui_loop_tooling_12b2d2c7_1abedab2
  ext_node_path_78811c13["node:path"] --> node_update_core_bced358c_b710dd59
  ext_node_path_78811c13["node:path"] --> node_upgrade_1_b277486e_4a06b7a8
  ext_node_path_78811c13["node:path"] --> node_upgrade_core_b759da40_eeec275b
  ext_node_path_78811c13["node:path"] --> node_validate_branch_protection_alignment_09b7779a_6f299056
  ext_node_path_78811c13["node:path"] --> node_validate_evidence_patterns_cacd9fb4_240eb37f
  ext_node_path_78811c13["node:path"] --> node_validate_packaged_skill_5e32c890_9228ad58
  ext_node_path_78811c13["node:path"] --> node_validate_workflow_contracts_33dc063c_2f80e314
  ext_node_path_78811c13["node:path"] --> node_validator_1_0c0621d8_0e5afcb6
  ext_node_path_78811c13["node:path"] --> node_validator_2_744853f5_98bb2caf
  ext_node_path_78811c13["node:path"] --> node_validator_3_28b6e9f3_2ed5b007
  ext_node_path_78811c13["node:path"] --> node_validator_4_5180cf23_247c289b
  ext_node_path_78811c13["node:path"] --> node_validator_core_1_1518647e_d8d0b249
  ext_node_path_78811c13["node:path"] --> node_verify_coderabbit_490b4e71_8859655f
  ext_node_path_78811c13["node:path"] --> node_version_5ca4f385_fd75945b
  ext_node_path_78811c13["node:path"] --> node_version_coherence_69733bcb_00c8d5d9
  ext_node_path_78811c13["node:path"] --> node_workflow_generate_2fc0af62_803bbfeb
  ext_node_perf_hooks_906292ff["node:perf_hooks"] --> node_performance_overload_c685bfcf_291ef65a
  ext_node_process_00cdf119["node:process"] --> node_args_090772cf_1bac9202
  ext_node_process_00cdf119["node:process"] --> node_check_20f65c28_48d25399
  ext_node_process_00cdf119["node:process"] --> node_ci_migrate_core_7005b5af_7e295ae3
  ext_node_process_00cdf119["node:process"] --> node_ci_migrate_signing_2d82ac3f_9e5e8974
  ext_node_process_00cdf119["node:process"] --> node_cli_1_084e05fe_02d92b68
  ext_node_process_00cdf119["node:process"] --> node_contract_cc8321d6_c0e3de0f
  ext_node_process_00cdf119["node:process"] --> node_next_c6c1c9a9_040a8dbb
  ext_node_process_00cdf119["node:process"] --> node_next_runner_41643472_9b94424f
  ext_node_process_00cdf119["node:process"] --> node_performance_overload_c685bfcf_291ef65a
  ext_node_process_00cdf119["node:process"] --> node_pr_closeout_args_8164b0a8_2240b166
  ext_node_process_00cdf119["node:process"] --> node_runtime_card_args_2b3d4b28_5cfe029c
  ext_node_process_00cdf119["node:process"] --> node_upgrade_core_b759da40_eeec275b
  ext_node_readline_bb6096cc["node:readline"] --> node_eject_1_d0ecd4d1_ba72accc
  ext_node_url_d0cb3ad7["node:url"] --> node_ci_migrate_core_7005b5af_7e295ae3
  ext_node_url_d0cb3ad7["node:url"] --> node_cli_99bb8840_659774ba
  ext_node_url_d0cb3ad7["node:url"] --> node_coderabbit_csv_3ef61ffc_af2b743e
  ext_node_url_d0cb3ad7["node:url"] --> node_control_plane_core_db3b4cb2_27437a14
  ext_node_url_d0cb3ad7["node:url"] --> node_decision_packet_1_dd443771_92fa570e
  ext_node_url_d0cb3ad7["node:url"] --> node_gate_c974e17b_07549baf
  ext_node_url_d0cb3ad7["node:url"] --> node_health_core_2b2fdada_341de678
  ext_node_url_d0cb3ad7["node:url"] --> node_preset_resolver_dc3dd716_3f747c75
  ext_node_url_d0cb3ad7["node:url"] --> node_run_e2e_39efe696_fb07ee74
  ext_node_url_d0cb3ad7["node:url"] --> node_run_harness_evals_77704768_ba42904d
  ext_node_url_d0cb3ad7["node:url"] --> node_run_local_memory_preflight_36e92808_9841c57a
  ext_node_url_d0cb3ad7["node:url"] --> node_scaffold_ci_template_utils_1035b61c_0513532b
  ext_node_url_d0cb3ad7["node:url"] --> node_scaffold_governance_templates_5c949d24_3d624d65
  ext_node_url_d0cb3ad7["node:url"] --> node_scaffold_root_templates_61731280_c6c59378
  ext_node_url_d0cb3ad7["node:url"] --> node_scaffold_shell_templates_0ad0f915_ccc86664
  ext_node_url_d0cb3ad7["node:url"] --> node_scaffold_worktree_templates_66a38e9a_ff3c085c
  ext_node_url_d0cb3ad7["node:url"] --> node_test_harness_upgrade_matrix_84113c4e_e0838daa
  ext_node_url_d0cb3ad7["node:url"] --> node_ui_loop_internal_f2eb8892_c4b49e6a
  ext_node_url_d0cb3ad7["node:url"] --> node_version_5ca4f385_fd75945b
  ext_picomatch_2ebdbf14["picomatch"] --> node_detector_2_b0fc2f46_7ea6b320
  ext_picomatch_2ebdbf14["picomatch"] --> node_policy_823412d1_3bce1002
  ext_picomatch_2ebdbf14["picomatch"] --> node_resolver_439c3635_729842aa
  ext_picomatch_2ebdbf14["picomatch"] --> node_risk_tier_1_96b6ff91_19911c0e
  ext_semver_b4039641["semver"] --> node_check_environment_core_2c16213f_a8a456d9
  ext_semver_b4039641["semver"] --> node_doctor_tool_checks_4acac51a_9e791a28
  ext_semver_b4039641["semver"] --> node_migration_8a6cead4_3c3cc0a4
  ext_semver_b4039641["semver"] --> node_schema_migrate_c0646635_f0e7b25b
  ext_semver_b4039641["semver"] --> node_update_core_bced358c_b710dd59
  ext_semver_b4039641["semver"] --> node_upgrade_1_b277486e_4a06b7a8
  ext_semver_b4039641["semver"] --> node_validator_helpers_7b927667_8b691f8f
  ext_sqlite_vec_bae73cf2["sqlite-vec"] --> node_store_824d80d7_69038a3e
  ext_typescript_fb9da861["typescript"] --> node_check_code_size_9c5efc3a_154124ae
  ext_typescript_fb9da861["typescript"] --> node_check_public_api_docs_a9604f1b_f824853c
  ext_typescript_fb9da861["typescript"] --> node_check_self_affirming_tests_7638e575_c6155698
  ext_typescript_fb9da861["typescript"] --> node_source_outline_1_54a631fa_8582fb07
  ext_vitest_4c9cfa13["vitest"] --> node_vitest_e2e_config_4e2a61bc_3efa3f07
  style ext_better_sqlite3_d7ed8f1a fill:#f59e0b,color:#fff
  style ext_child_process_4845fa97 fill:#f59e0b,color:#fff
  style ext_diff_75a0ee1b fill:#f59e0b,color:#fff
  style ext_effect_68d1dae1 fill:#f59e0b,color:#fff
  style ext_fs_3f4bb586 fill:#f59e0b,color:#fff
  style ext_inquirer_prompts_4d547149 fill:#f59e0b,color:#fff
  style ext_lodash_901466a5 fill:#f59e0b,color:#fff
  style ext_node_child_process_f62b7d19 fill:#f59e0b,color:#fff
  style ext_node_crypto_c7dfc512 fill:#f59e0b,color:#fff
  style ext_node_dns_828a0bbf fill:#f59e0b,color:#fff
  style ext_node_fs_a15b7d96 fill:#f59e0b,color:#fff
  style ext_node_module_ca1b42af fill:#f59e0b,color:#fff
  style ext_node_os_d93fe73a fill:#f59e0b,color:#fff
  style ext_node_path_78811c13 fill:#f59e0b,color:#fff
  style ext_node_perf_hooks_906292ff fill:#f59e0b,color:#fff
  style ext_node_process_00cdf119 fill:#f59e0b,color:#fff
  style ext_node_readline_bb6096cc fill:#f59e0b,color:#fff
  style ext_node_url_d0cb3ad7 fill:#f59e0b,color:#fff
  style ext_octokit_plugin_retry_c9aecc53 fill:#f59e0b,color:#fff
  style ext_octokit_plugin_throttling_7909ece3 fill:#f59e0b,color:#fff
  style ext_octokit_request_error_98ae13cc fill:#f59e0b,color:#fff
  style ext_octokit_rest_c6e4d192 fill:#f59e0b,color:#fff
  style ext_picomatch_2ebdbf14 fill:#f59e0b,color:#fff
  style ext_semver_b4039641 fill:#f59e0b,color:#fff
  style ext_sqlite_vec_bae73cf2 fill:#f59e0b,color:#fff
  style ext_typescript_fb9da861 fill:#f59e0b,color:#fff
  style ext_vitest_4c9cfa13 fill:#f59e0b,color:#fff
